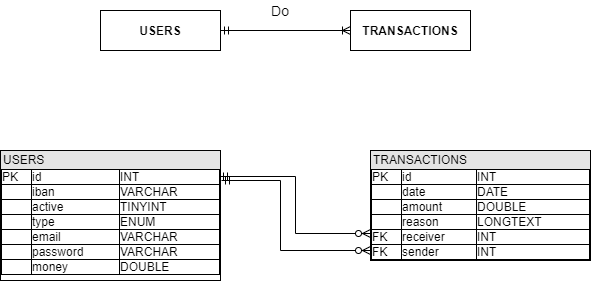
Earlier version of the draw.io export Base de donnée visuel/MLD - MCD.png (Jerome-JJT/ProjetBanque). Source tidied: cells renumbered, new cells last; positions are measured from the earlier drawing's top-left corner, leaving out a move shared by most shapes.
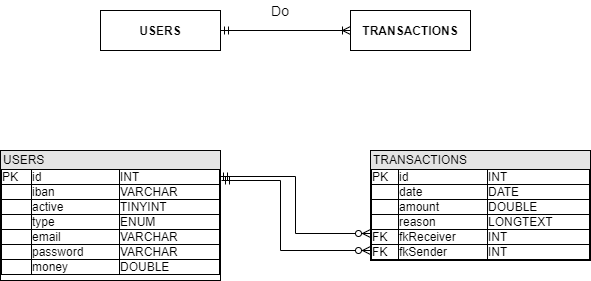
After the change.

Commit message:
Transactions in sql

Change to the diagram source:
```diff
@@ -17,7 +17,7 @@
     <mxCell id="6" value="&lt;font color=&quot;#000000&quot;&gt;TRANSACTIONS&lt;/font&gt;" style="rounded=0;whiteSpace=wrap;html=1;fillColor=#ffffff;fontStyle=1;strokeColor=#000000;" parent="1" vertex="1">
       <mxGeometry x="350" y="10" width="120" height="40" as="geometry" />
     </mxCell>
-    <mxCell id="7" value="&lt;div style=&quot;box-sizing: border-box ; width: 100% ; background: rgb(228 , 228 , 228) ; padding: 2px ; line-height: 120%&quot;&gt;TRANSACTIONS&lt;/div&gt;&lt;table style=&quot;width: 100% ; font-size: 1em ; border: 1px solid rgb(0 , 0 , 0) ; border-collapse: collapse&quot; cellpadding=&quot;0&quot; cellspacing=&quot;0&quot; border=&quot;1&quot;&gt;&lt;tbody&gt;&lt;tr&gt;&lt;td&gt;PK&lt;/td&gt;&lt;td&gt;id&lt;/td&gt;&lt;td&gt;INT&lt;/td&gt;&lt;/tr&gt;&lt;tr&gt;&lt;td&gt;&lt;br&gt;&lt;/td&gt;&lt;td&gt;date&lt;/td&gt;&lt;td&gt;DATE&lt;/td&gt;&lt;/tr&gt;&lt;tr&gt;&lt;td&gt;&lt;br&gt;&lt;/td&gt;&lt;td&gt;amount&lt;/td&gt;&lt;td&gt;DOUBLE&lt;/td&gt;&lt;/tr&gt;&lt;tr&gt;&lt;td&gt;&lt;br&gt;&lt;/td&gt;&lt;td&gt;reason&lt;/td&gt;&lt;td&gt;LONGTEXT&lt;/td&gt;&lt;/tr&gt;&lt;tr&gt;&lt;td&gt;FK&lt;/td&gt;&lt;td&gt;receiver&lt;/td&gt;&lt;td&gt;INT&lt;/td&gt;&lt;/tr&gt;&lt;tr&gt;&lt;td&gt;FK&lt;/td&gt;&lt;td&gt;sender&lt;/td&gt;&lt;td&gt;INT&lt;/td&gt;&lt;/tr&gt;&lt;/tbody&gt;&lt;/table&gt;" style="verticalAlign=top;align=left;overflow=fill;html=1;rounded=0;fillColor=#ffffff;comic=0;strokeColor=#000000;horizontal=1;fontFamily=Helvetica;spacing=0;" parent="1" vertex="1">
+    <mxCell id="7" value="&lt;div style=&quot;box-sizing: border-box ; width: 100% ; background: rgb(228 , 228 , 228) ; padding: 2px ; line-height: 120%&quot;&gt;TRANSACTIONS&lt;/div&gt;&lt;table style=&quot;width: 100% ; font-size: 1em ; border: 1px solid rgb(0 , 0 , 0) ; border-collapse: collapse&quot; cellpadding=&quot;0&quot; cellspacing=&quot;0&quot; border=&quot;1&quot;&gt;&lt;tbody&gt;&lt;tr&gt;&lt;td&gt;PK&lt;/td&gt;&lt;td&gt;id&lt;/td&gt;&lt;td&gt;INT&lt;/td&gt;&lt;/tr&gt;&lt;tr&gt;&lt;td&gt;&lt;br&gt;&lt;/td&gt;&lt;td&gt;date&lt;/td&gt;&lt;td&gt;DATE&lt;/td&gt;&lt;/tr&gt;&lt;tr&gt;&lt;td&gt;&lt;br&gt;&lt;/td&gt;&lt;td&gt;amount&lt;/td&gt;&lt;td&gt;DOUBLE&lt;/td&gt;&lt;/tr&gt;&lt;tr&gt;&lt;td&gt;&lt;br&gt;&lt;/td&gt;&lt;td&gt;reason&lt;/td&gt;&lt;td&gt;LONGTEXT&lt;/td&gt;&lt;/tr&gt;&lt;tr&gt;&lt;td&gt;FK&lt;/td&gt;&lt;td&gt;fkReceiver&lt;/td&gt;&lt;td&gt;INT&lt;/td&gt;&lt;/tr&gt;&lt;tr&gt;&lt;td&gt;FK&lt;/td&gt;&lt;td&gt;fkSender&lt;/td&gt;&lt;td&gt;INT&lt;/td&gt;&lt;/tr&gt;&lt;/tbody&gt;&lt;/table&gt;" style="verticalAlign=top;align=left;overflow=fill;html=1;rounded=0;fillColor=#ffffff;comic=0;strokeColor=#000000;horizontal=1;fontFamily=Helvetica;spacing=0;" parent="1" vertex="1">
       <mxGeometry x="370" y="150" width="220" height="110" as="geometry" />
     </mxCell>
     <mxCell id="8" style="edgeStyle=orthogonalEdgeStyle;rounded=0;html=1;startArrow=ERmandOne;startFill=0;endArrow=ERzeroToMany;endFill=1;jettySize=auto;entryX=0;entryY=0.75;entryDx=0;entryDy=0;exitX=0.995;exitY=0.197;exitDx=0;exitDy=0;exitPerimeter=0;" parent="1" edge="1" source="5" target="7">
```
